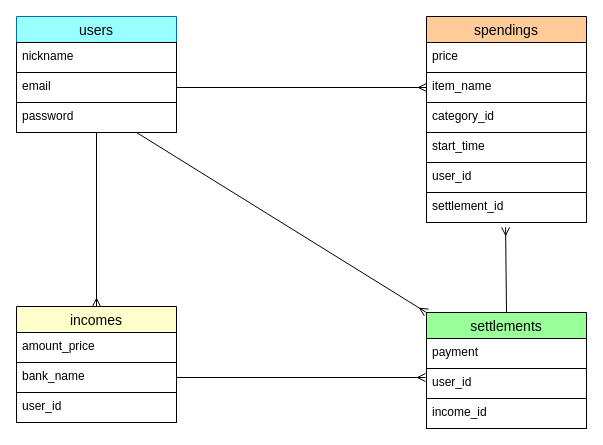
Above: er_diagram.dio in Matt19950109/HowtoPay (draw.io), before the change. Source tidied: cells renumbered, new cells numbered last; positions are measured from the earlier drawing's top-left corner, leaving out a move shared by most shapes. Both pictures are drawn from the tidied source at 100%, with x=0, y=0 at pixel (16, 16).
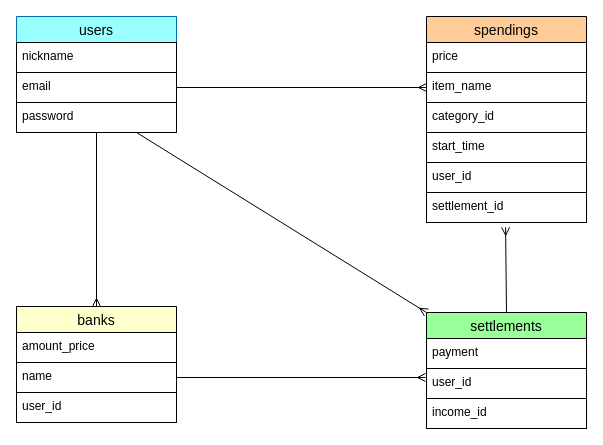
The same diagram, later.

Commit message (it also covers changes not shown here):
DB設計の修正

The edit, as a diff of the source:
```diff
@@
-    <mxCell id="13" value="incomes" style="swimlane;fontStyle=0;horizontal=1;startSize=26;align=center;fontSize=14;fontColor=#000000;fillColor=#FFFFCC;strokeColor=#000000;" parent="1" vertex="1">
+    <mxCell id="13" value="banks" style="swimlane;fontStyle=0;horizontal=1;startSize=26;align=center;fontSize=14;fontColor=#000000;fillColor=#FFFFCC;strokeColor=#000000;" parent="1" vertex="1">
       <mxGeometry y="290" width="160" height="116" as="geometry" />
     </mxCell>
@@
-    <mxCell id="15" value="bank_name" style="text;strokeColor=#000000;fillColor=none;spacingLeft=4;spacingRight=4;overflow=hidden;points=[[0,0.5],[1,0.5]];portConstraint=eastwest;fontSize=12;fontColor=#000000;" parent="13" vertex="1">
+    <mxCell id="15" value="name" style="text;strokeColor=#000000;fillColor=none;spacingLeft=4;spacingRight=4;overflow=hidden;points=[[0,0.5],[1,0.5]];portConstraint=eastwest;fontSize=12;fontColor=#000000;" parent="13" vertex="1">
       <mxGeometry y="56" width="160" height="30" as="geometry" />
     </mxCell>
```
